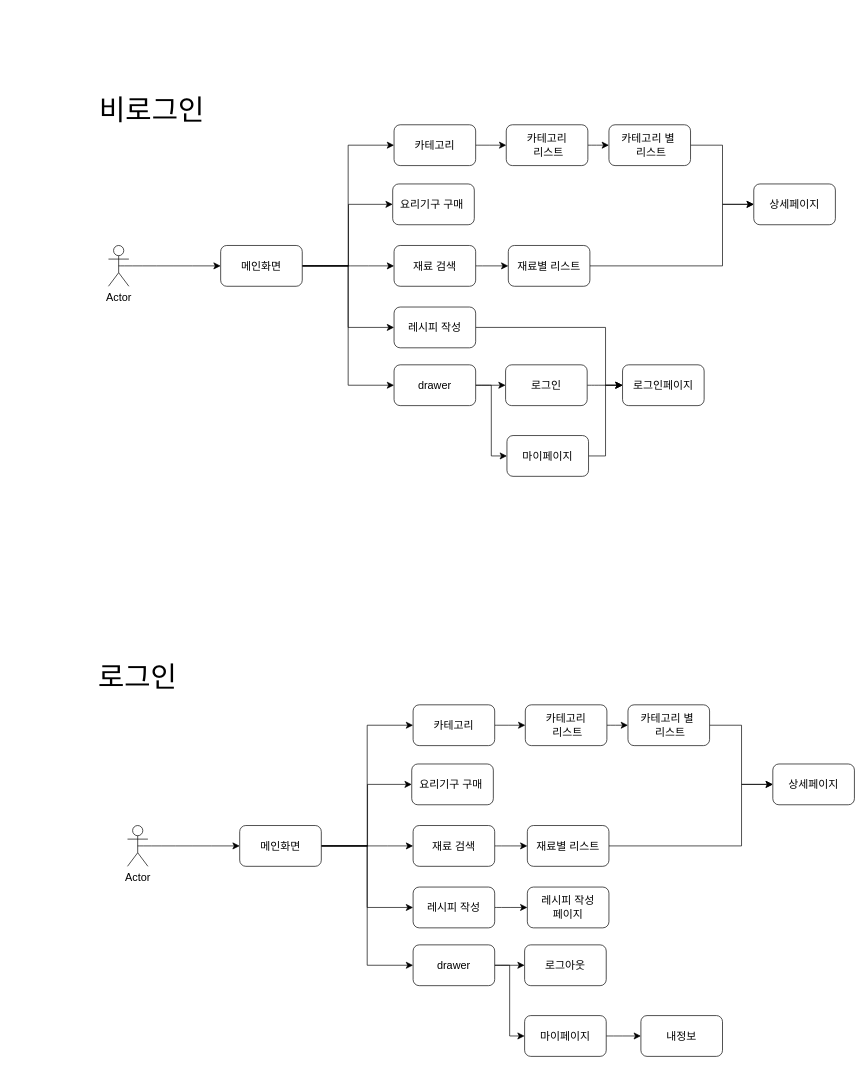
This is cook_usecase.drawio from cccff12/3week_project_android, a draw.io file, before an edit. Source tidied: cells renumbered, new cells numbered last; positions are measured from the earlier drawing's top-left corner, leaving out a move shared by most shapes. Both pictures are drawn from the tidied source at 68%, with x=0, y=0 at pixel (12, 12).
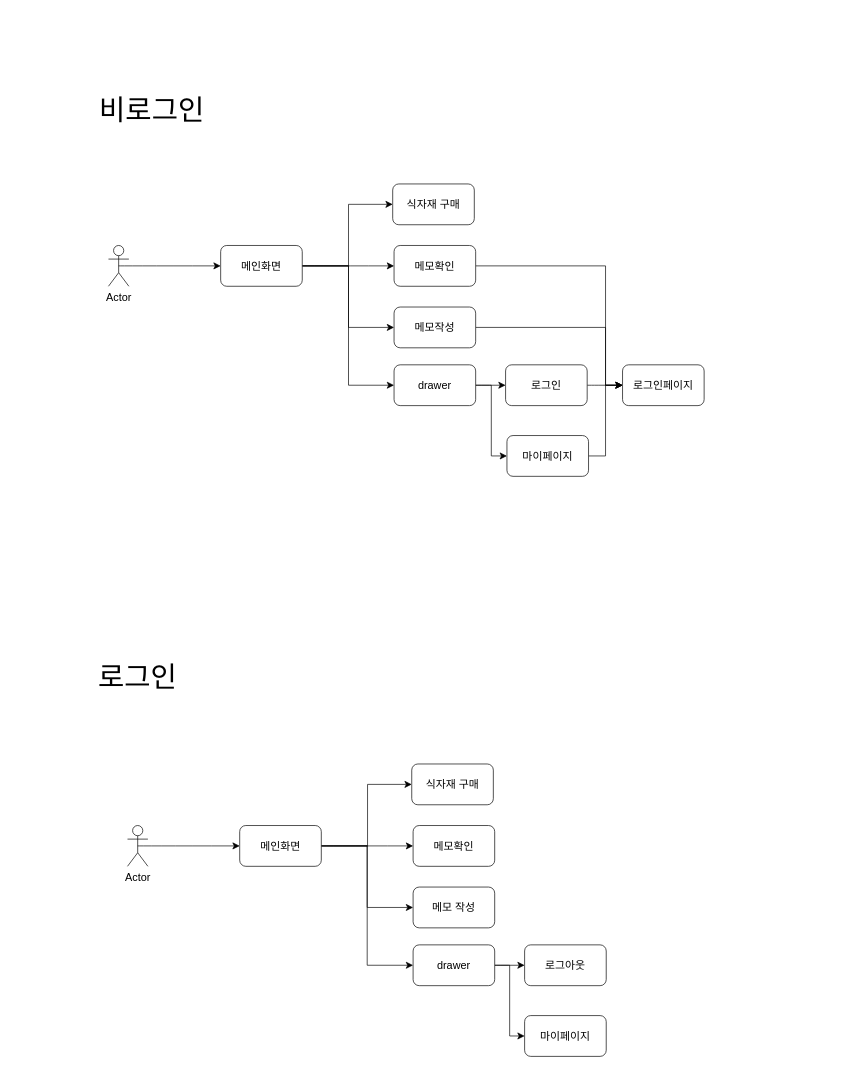
After the change.

Unchanged cells that the change refers to:
```xml
<mxCell id="8" value="메인화면" style="rounded=1;whiteSpace=wrap;html=1;fontSize=16;" parent="1" vertex="1">
  <mxGeometry x="307" y="343.5" width="120" height="60" as="geometry" />
</mxCell>
<mxCell id="13" value="drawer" style="rounded=1;whiteSpace=wrap;html=1;fontSize=16;" parent="1" vertex="1">
  <mxGeometry x="562" y="519" width="120" height="60" as="geometry" />
</mxCell>
<mxCell id="29" value="로그인페이지" style="rounded=1;whiteSpace=wrap;html=1;fontSize=16;" parent="1" vertex="1">
  <mxGeometry x="898" y="519" width="120" height="60" as="geometry" />
</mxCell>
<mxCell id="38" value="메인화면" style="rounded=1;whiteSpace=wrap;html=1;fontSize=16;" parent="1" vertex="1">
  <mxGeometry x="335" y="1196.5" width="120" height="60" as="geometry" />
</mxCell>
<mxCell id="46" value="마이페이지" style="rounded=1;whiteSpace=wrap;html=1;fontSize=16;" parent="1" vertex="1">
  <mxGeometry x="754" y="1476" width="120" height="60" as="geometry" />
</mxCell>
```

What changed in the source:
```diff
@@
-    <mxCell id="3" style="edgeStyle=orthogonalEdgeStyle;rounded=0;jettySize=auto;html=1;entryX=0;entryY=0.5;entryDx=0;entryDy=0;fontSize=12;startSize=8;endSize=8;exitX=1;exitY=0.5;exitDx=0;exitDy=0;" parent="1" edge="1" source="8" target="21">
-      <mxGeometry relative="1" as="geometry" />
-    </mxCell>
@@
     <mxCell id="6" style="edgeStyle=orthogonalEdgeStyle;rounded=0;jettySize=auto;html=1;entryX=0;entryY=0.5;entryDx=0;entryDy=0;fontSize=12;startSize=8;endSize=8;exitX=1;exitY=0.5;exitDx=0;exitDy=0;" parent="1" edge="1" source="8" target="10">
-      <mxGeometry relative="1" as="geometry" />
+      <mxGeometry relative="1" as="geometry">
+        <Array as="points">
+          <mxPoint x="495" y="373" />
+          <mxPoint x="495" y="464" />
+        </Array>
+      </mxGeometry>
     </mxCell>
     <mxCell id="7" style="edgeStyle=orthogonalEdgeStyle;rounded=0;jettySize=auto;html=1;entryX=0;entryY=0.5;entryDx=0;entryDy=0;fontSize=12;startSize=8;endSize=8;exitX=1;exitY=0.5;exitDx=0;exitDy=0;" parent="1" edge="1" source="8" target="13">
-      <mxGeometry relative="1" as="geometry" />
+      <mxGeometry relative="1" as="geometry">
+        <Array as="points">
+          <mxPoint x="495" y="373" />
+          <mxPoint x="495" y="549" />
+        </Array>
+      </mxGeometry>
     </mxCell>
@@
-    <mxCell id="10" value="레시피 작성" style="rounded=1;whiteSpace=wrap;html=1;fontSize=16;" parent="1" vertex="1">
+    <mxCell id="10" value="메모작성" style="rounded=1;whiteSpace=wrap;html=1;fontSize=16;" parent="1" vertex="1">
       <mxGeometry x="562" y="434" width="120" height="60" as="geometry" />
     </mxCell>
@@
-    <mxCell id="18" value="요리기구 구매&amp;nbsp;" style="rounded=1;whiteSpace=wrap;html=1;fontSize=16;" parent="1" vertex="1">
+    <mxCell id="18" value="식자재 구매" style="rounded=1;whiteSpace=wrap;html=1;fontSize=16;" parent="1" vertex="1">
       <mxGeometry x="560" y="253" width="120" height="60" as="geometry" />
     </mxCell>
@@
-    <mxCell id="20" style="edgeStyle=none;curved=1;rounded=0;jettySize=auto;html=1;entryX=0;entryY=0.5;entryDx=0;entryDy=0;fontSize=12;startSize=8;endSize=8;" parent="1" edge="1" source="21" target="23">
-      <mxGeometry relative="1" as="geometry" />
-    </mxCell>
-    <mxCell id="21" value="카테고리" style="rounded=1;whiteSpace=wrap;html=1;fontSize=16;" parent="1" vertex="1">
-      <mxGeometry x="562" y="166" width="120" height="60" as="geometry" />
-    </mxCell>
-    <mxCell id="22" style="edgeStyle=none;curved=1;rounded=0;jettySize=auto;html=1;entryX=0;entryY=0.5;entryDx=0;entryDy=0;fontSize=12;startSize=8;endSize=8;" parent="1" edge="1" source="23" target="31">
-      <mxGeometry relative="1" as="geometry" />
-    </mxCell>
-    <mxCell id="23" value="카테고리&lt;br&gt;&amp;nbsp;리스트" style="rounded=1;whiteSpace=wrap;html=1;fontSize=16;" parent="1" vertex="1">
-      <mxGeometry x="727" y="166" width="120" height="60" as="geometry" />
-    </mxCell>
-    <mxCell id="24" style="edgeStyle=none;curved=1;rounded=0;jettySize=auto;html=1;entryX=0;entryY=0.5;entryDx=0;entryDy=0;fontSize=12;startSize=8;endSize=8;exitX=1;exitY=0.5;exitDx=0;exitDy=0;" parent="1" edge="1" source="25" target="28">
-      <mxGeometry relative="1" as="geometry" />
-    </mxCell>
+    <mxCell id="64" style="edgeStyle=orthogonalEdgeStyle;rounded=0;jettySize=auto;html=1;entryX=0;entryY=0.5;entryDx=0;entryDy=0;" parent="1" edge="1" source="25" target="29">
+      <mxGeometry relative="1" as="geometry">
+        <Array as="points">
+          <mxPoint x="873" y="374" />
+          <mxPoint x="873" y="549" />
+        </Array>
+      </mxGeometry>
+    </mxCell>
-    <mxCell id="25" value="재료 검색" style="rounded=1;whiteSpace=wrap;html=1;fontSize=16;" parent="1" vertex="1">
+    <mxCell id="25" value="메모확인" style="rounded=1;whiteSpace=wrap;html=1;fontSize=16;" parent="1" vertex="1">
       <mxGeometry x="562" y="343.5" width="120" height="60" as="geometry" />
     </mxCell>
-    <mxCell id="26" value="상세페이지" style="rounded=1;whiteSpace=wrap;html=1;fontSize=16;" parent="1" vertex="1">
-      <mxGeometry x="1091" y="253" width="120" height="60" as="geometry" />
-    </mxCell>
-    <mxCell id="27" style="edgeStyle=orthogonalEdgeStyle;rounded=0;jettySize=auto;html=1;entryX=0;entryY=0.5;entryDx=0;entryDy=0;fontSize=12;startSize=8;endSize=8;" parent="1" edge="1" source="28" target="26">
-      <mxGeometry relative="1" as="geometry">
-        <Array as="points">
-          <mxPoint x="1045" y="374" />
-          <mxPoint x="1045" y="283" />
-        </Array>
-      </mxGeometry>
-    </mxCell>
-    <mxCell id="28" value="재료별 리스트" style="rounded=1;whiteSpace=wrap;html=1;fontSize=16;" parent="1" vertex="1">
-      <mxGeometry x="730" y="343.5" width="120" height="60" as="geometry" />
-    </mxCell>
@@
-    <mxCell id="30" style="edgeStyle=orthogonalEdgeStyle;rounded=0;jettySize=auto;html=1;exitX=1;exitY=0.5;exitDx=0;exitDy=0;entryX=0;entryY=0.5;entryDx=0;entryDy=0;fontSize=12;startSize=8;endSize=8;" parent="1" edge="1" source="31" target="26">
-      <mxGeometry relative="1" as="geometry">
-        <Array as="points">
-          <mxPoint x="1045" y="196" />
-          <mxPoint x="1045" y="283" />
-        </Array>
-      </mxGeometry>
-    </mxCell>
-    <mxCell id="31" value="카테고리 별&amp;nbsp;&lt;br&gt;&amp;nbsp;리스트" style="rounded=1;whiteSpace=wrap;html=1;fontSize=16;" parent="1" vertex="1">
-      <mxGeometry x="878" y="166" width="120" height="60" as="geometry" />
-    </mxCell>
@@
-    <mxCell id="33" style="edgeStyle=orthogonalEdgeStyle;rounded=0;jettySize=auto;html=1;entryX=0;entryY=0.5;entryDx=0;entryDy=0;fontSize=12;startSize=8;endSize=8;exitX=1;exitY=0.5;exitDx=0;exitDy=0;" parent="1" edge="1" source="38" target="50">
-      <mxGeometry relative="1" as="geometry" />
-    </mxCell>
@@
-    <mxCell id="39" style="edgeStyle=none;curved=1;rounded=0;jettySize=auto;html=1;entryX=0;entryY=0.5;entryDx=0;entryDy=0;fontSize=12;startSize=8;endSize=8;" parent="1" edge="1" source="40" target="62">
-      <mxGeometry relative="1" as="geometry" />
-    </mxCell>
-    <mxCell id="40" value="레시피 작성" style="rounded=1;whiteSpace=wrap;html=1;fontSize=16;" parent="1" vertex="1">
+    <mxCell id="40" value="메모 작성" style="rounded=1;whiteSpace=wrap;html=1;fontSize=16;" parent="1" vertex="1">
       <mxGeometry x="590" y="1287" width="120" height="60" as="geometry" />
     </mxCell>
@@
-    <mxCell id="45" style="edgeStyle=none;curved=1;rounded=0;jettySize=auto;html=1;entryX=0;entryY=0.5;entryDx=0;entryDy=0;fontSize=12;startSize=8;endSize=8;" parent="1" edge="1" source="46" target="63">
-      <mxGeometry relative="1" as="geometry" />
-    </mxCell>
@@
-    <mxCell id="47" value="요리기구 구매&amp;nbsp;" style="rounded=1;whiteSpace=wrap;html=1;fontSize=16;" parent="1" vertex="1">
+    <mxCell id="47" value="식자재 구매" style="rounded=1;whiteSpace=wrap;html=1;fontSize=16;" parent="1" vertex="1">
       <mxGeometry x="588" y="1106" width="120" height="60" as="geometry" />
     </mxCell>
@@
-    <mxCell id="49" style="edgeStyle=none;curved=1;rounded=0;jettySize=auto;html=1;entryX=0;entryY=0.5;entryDx=0;entryDy=0;fontSize=12;startSize=8;endSize=8;" parent="1" edge="1" source="50" target="52">
-      <mxGeometry relative="1" as="geometry" />
-    </mxCell>
-    <mxCell id="50" value="카테고리" style="rounded=1;whiteSpace=wrap;html=1;fontSize=16;" parent="1" vertex="1">
-      <mxGeometry x="590" y="1019" width="120" height="60" as="geometry" />
-    </mxCell>
-    <mxCell id="51" style="edgeStyle=none;curved=1;rounded=0;jettySize=auto;html=1;entryX=0;entryY=0.5;entryDx=0;entryDy=0;fontSize=12;startSize=8;endSize=8;" parent="1" edge="1" source="52" target="59">
-      <mxGeometry relative="1" as="geometry" />
-    </mxCell>
-    <mxCell id="52" value="카테고리&lt;br&gt;&amp;nbsp;리스트" style="rounded=1;whiteSpace=wrap;html=1;fontSize=16;" parent="1" vertex="1">
-      <mxGeometry x="755" y="1019" width="120" height="60" as="geometry" />
-    </mxCell>
-    <mxCell id="53" style="edgeStyle=none;curved=1;rounded=0;jettySize=auto;html=1;entryX=0;entryY=0.5;entryDx=0;entryDy=0;fontSize=12;startSize=8;endSize=8;exitX=1;exitY=0.5;exitDx=0;exitDy=0;" parent="1" edge="1" source="54" target="57">
-      <mxGeometry relative="1" as="geometry" />
-    </mxCell>
-    <mxCell id="54" value="재료 검색" style="rounded=1;whiteSpace=wrap;html=1;fontSize=16;" parent="1" vertex="1">
+    <mxCell id="54" value="메모확인" style="rounded=1;whiteSpace=wrap;html=1;fontSize=16;" parent="1" vertex="1">
       <mxGeometry x="590" y="1196.5" width="120" height="60" as="geometry" />
     </mxCell>
-    <mxCell id="55" value="상세페이지" style="rounded=1;whiteSpace=wrap;html=1;fontSize=16;" parent="1" vertex="1">
-      <mxGeometry x="1119" y="1106" width="120" height="60" as="geometry" />
-    </mxCell>
-    <mxCell id="56" style="edgeStyle=orthogonalEdgeStyle;rounded=0;jettySize=auto;html=1;entryX=0;entryY=0.5;entryDx=0;entryDy=0;fontSize=12;startSize=8;endSize=8;" parent="1" edge="1" source="57" target="55">
-      <mxGeometry relative="1" as="geometry">
-        <Array as="points">
-          <mxPoint x="1073" y="1227" />
-          <mxPoint x="1073" y="1136" />
-        </Array>
-      </mxGeometry>
-    </mxCell>
-    <mxCell id="57" value="재료별 리스트" style="rounded=1;whiteSpace=wrap;html=1;fontSize=16;" parent="1" vertex="1">
-      <mxGeometry x="758" y="1196.5" width="120" height="60" as="geometry" />
-    </mxCell>
-    <mxCell id="58" style="edgeStyle=orthogonalEdgeStyle;rounded=0;jettySize=auto;html=1;exitX=1;exitY=0.5;exitDx=0;exitDy=0;entryX=0;entryY=0.5;entryDx=0;entryDy=0;fontSize=12;startSize=8;endSize=8;" parent="1" edge="1" source="59" target="55">
-      <mxGeometry relative="1" as="geometry">
-        <Array as="points">
-          <mxPoint x="1073" y="1049" />
-          <mxPoint x="1073" y="1136" />
-        </Array>
-      </mxGeometry>
-    </mxCell>
-    <mxCell id="59" value="카테고리 별&amp;nbsp;&lt;br&gt;&amp;nbsp;리스트" style="rounded=1;whiteSpace=wrap;html=1;fontSize=16;" parent="1" vertex="1">
-      <mxGeometry x="906" y="1019" width="120" height="60" as="geometry" />
-    </mxCell>
@@
-    <mxCell id="62" value="레시피 작성&lt;br&gt;페이지" style="rounded=1;whiteSpace=wrap;html=1;fontSize=16;" parent="1" vertex="1">
-      <mxGeometry x="758" y="1287" width="120" height="60" as="geometry" />
-    </mxCell>
-    <mxCell id="63" value="내정보" style="rounded=1;whiteSpace=wrap;html=1;fontSize=16;" parent="1" vertex="1">
-      <mxGeometry x="925" y="1476" width="120" height="60" as="geometry" />
-    </mxCell>
```
